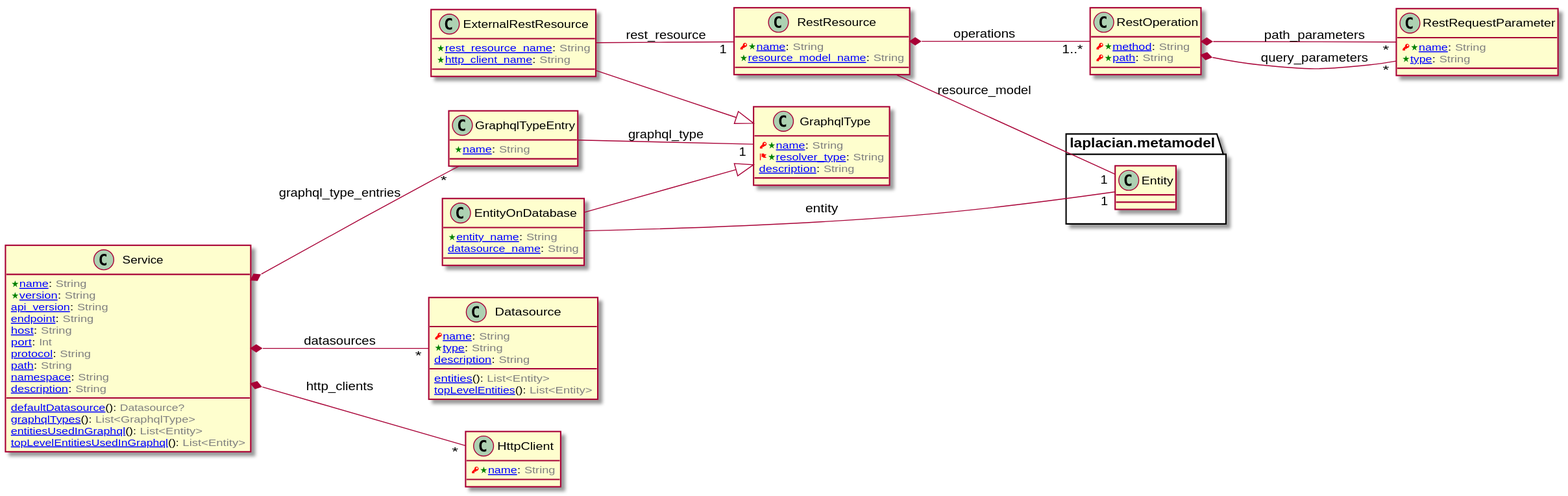
This is doc/image/model-diagram.svg from laplacian-arch/api-service.domain-model, a PlantUML export, as it was before one commit.
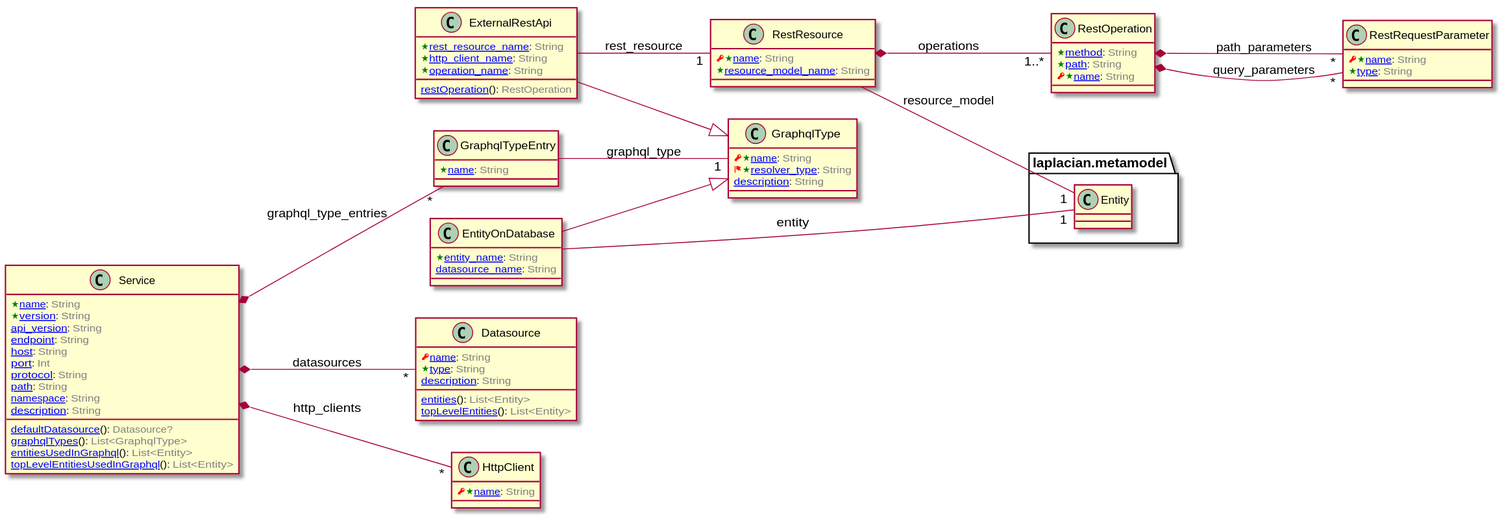
After the commit.

Commit message:
add a model which represents an external rest api

What changed in the source:
```diff
@@ -34,12 +34,14 @@
 
 
 
-class ExternalRestResource [[/blob/master/doc/entities/ExternalRestResource.md]] {
-  <color:Green><&star></color>[[/blob/master/doc/entities/ExternalRestResource.md#rest_resource_name-string rest_resource_name]]: <color:GRAY>String</color>
-  <color:Green><&star></color>[[/blob/master/doc/entities/ExternalRestResource.md#http_client_name-string http_client_name]]: <color:GRAY>String</color>
+class ExternalRestApi [[/blob/master/doc/entities/ExternalRestApi.md]] {
+  <color:Green><&star></color>[[/blob/master/doc/entities/ExternalRestApi.md#rest_resource_name-string rest_resource_name]]: <color:GRAY>String</color>
+  <color:Green><&star></color>[[/blob/master/doc/entities/ExternalRestApi.md#http_client_name-string http_client_name]]: <color:GRAY>String</color>
+  <color:Green><&star></color>[[/blob/master/doc/entities/ExternalRestApi.md#operation_name-string operation_name]]: <color:GRAY>String</color>
+  [[/blob/master/doc/entities/ExternalRestApi.md#rest_operation-restOperation restOperation]](): <color:GRAY>RestOperation</color>
 }
 
-ExternalRestResource --|> GraphqlType
+ExternalRestApi --|> GraphqlType
 
 
 
@@ -47,7 +49,7 @@
 
 
 
-ExternalRestResource -- "1" RestResource : rest_resource
+ExternalRestApi -- "1" RestResource : rest_resource
 
 
 
@@ -80,8 +82,9 @@
 
 
 class RestOperation [[/blob/master/doc/entities/RestOperation.md]] {
-  <color:RED><&key></color><color:Green><&star></color>[[/blob/master/doc/entities/RestOperation.md#method-string method]]: <color:GRAY>String</color>
-  <color:RED><&key></color><color:Green><&star></color>[[/blob/master/doc/entities/RestOperation.md#path-string path]]: <color:GRAY>String</color>
+  <color:Green><&star></color>[[/blob/master/doc/entities/RestOperation.md#method-string method]]: <color:GRAY>String</color>
+  <color:Green><&star></color>[[/blob/master/doc/entities/RestOperation.md#path-string path]]: <color:GRAY>String</color>
+  <color:RED><&key></color><color:Green><&star></color>[[/blob/master/doc/entities/RestOperation.md#name-string name]]: <color:GRAY>String</color>
 }
 
 
```
